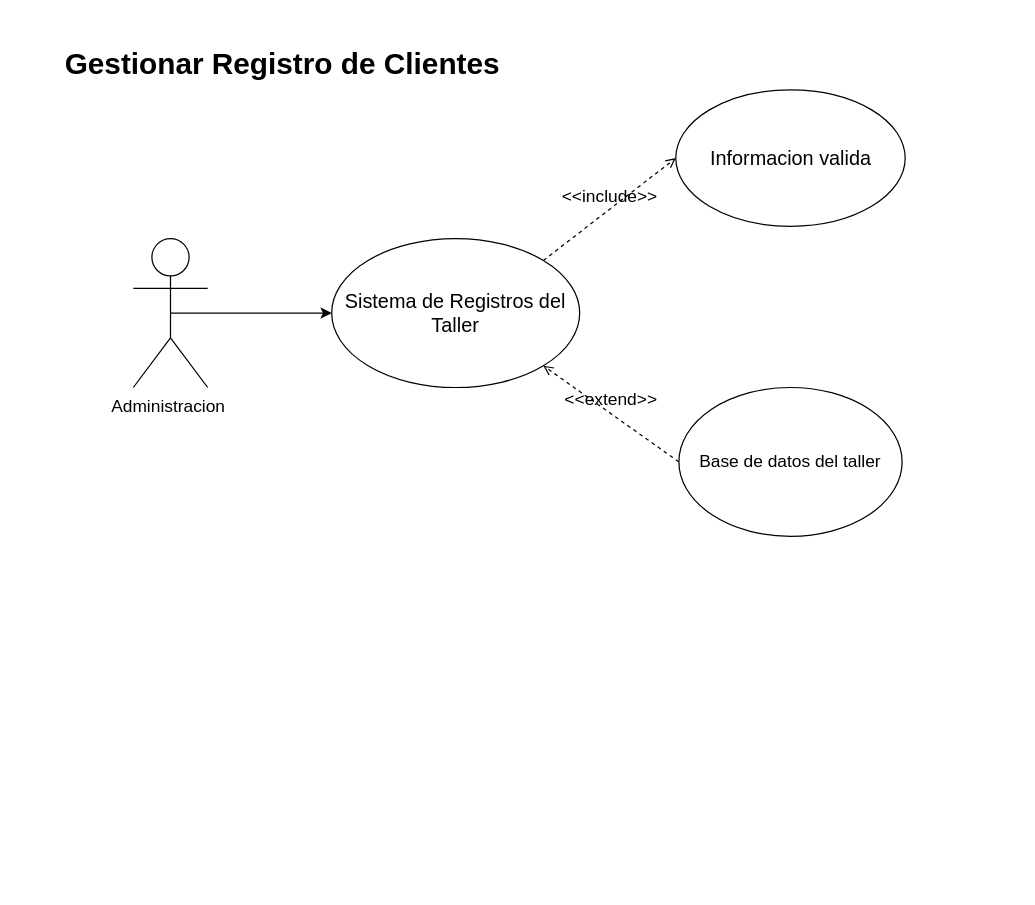
Diego-Valladares/sc_302_documentacion keeps this draw.io diagram as Untitled Diagram.drawio. Above is the earlier version. Source tidied: cells renumbered, new cells numbered last; positions are measured from the earlier drawing's top-left corner, leaving out a move shared by most shapes. Both pictures are drawn from the tidied source at 124%, with x=0, y=0 at pixel (133, 40).
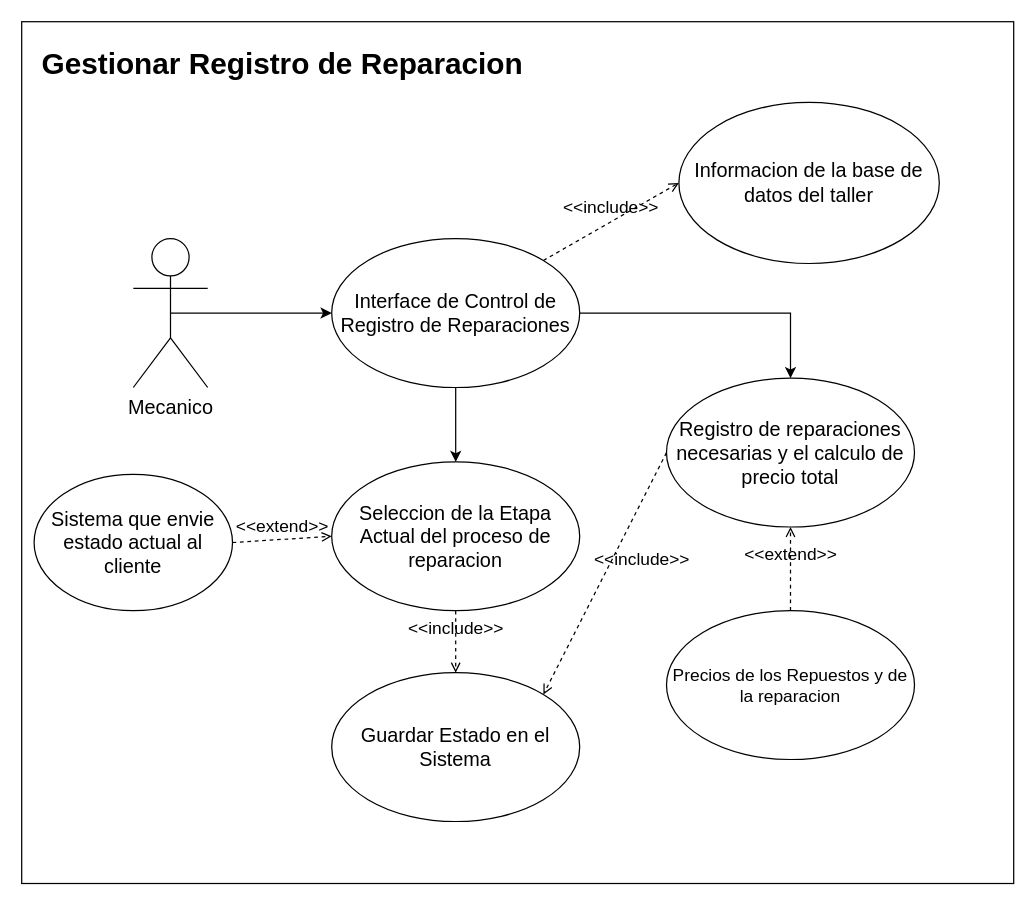
The same diagram, later.

Change to the diagram source:
```diff
@@
 <mxGraphModel>
   <root>
     <mxCell id="0" />
     <mxCell id="1" parent="0" />
+    <mxCell id="10" style="rounded=0;whiteSpace=wrap;html=1;" parent="1" vertex="1">
+      <mxGeometry x="-90" y="-15" width="800" height="695" as="geometry" />
+    </mxCell>
-    <mxCell id="2" style="edgeStyle=orthogonalEdgeStyle;rounded=0;jettySize=auto;html=1;exitX=0.5;exitY=0.5;exitDx=0;exitDy=0;exitPerimeter=0;entryX=0;entryY=0.5;entryDx=0;entryDy=0;" parent="1" edge="1" source="3" target="5">
+    <mxCell id="2" style="edgeStyle=orthogonalEdgeStyle;rounded=0;jettySize=auto;html=1;exitX=0.5;exitY=0.5;exitDx=0;exitDy=0;exitPerimeter=0;entryX=0;entryY=0.5;entryDx=0;entryDy=0;" parent="1" edge="1" source="3" target="12">
       <mxGeometry relative="1" as="geometry" />
     </mxCell>
-    <mxCell id="3" value="&lt;font style=&quot;font-size: 14px;&quot;&gt;Administracion&amp;nbsp;&lt;/font&gt;" style="shape=umlActor;verticalLabelPosition=bottom;verticalAlign=top;html=1;outlineConnect=0;" parent="1" vertex="1">
+    <mxCell id="3" value="&lt;font style=&quot;font-size: 16px;&quot;&gt;Mecanico&lt;/font&gt;" style="shape=umlActor;verticalLabelPosition=bottom;verticalAlign=top;html=1;outlineConnect=0;" parent="1" vertex="1">
       <mxGeometry y="160" width="60" height="120" as="geometry" />
     </mxCell>
-    <mxCell id="4" value="Gestionar Registro de Clientes" style="text;strokeColor=none;fillColor=none;html=1;fontSize=24;fontStyle=1;verticalAlign=middle;align=center;" parent="1" vertex="1">
+    <mxCell id="4" value="Gestionar Registro de Reparacion" style="text;strokeColor=none;fillColor=none;html=1;fontSize=24;fontStyle=1;verticalAlign=middle;align=center;" parent="1" vertex="1">
       <mxGeometry x="70" width="100" height="40" as="geometry" />
     </mxCell>
-    <mxCell id="5" value="&lt;font style=&quot;font-size: 16px;&quot;&gt;Sistema de Registros del Taller&lt;/font&gt;" style="ellipse;whiteSpace=wrap;html=1;" parent="1" vertex="1">
-      <mxGeometry x="160" y="160" width="200" height="120" as="geometry" />
-    </mxCell>
+    <mxCell id="11" style="edgeStyle=orthogonalEdgeStyle;rounded=0;jettySize=auto;html=1;entryX=0.5;entryY=0;entryDx=0;entryDy=0;" parent="1" edge="1" source="12" target="18">
+      <mxGeometry relative="1" as="geometry" />
+    </mxCell>
+    <mxCell id="12" value="&lt;font style=&quot;font-size: 16px;&quot;&gt;Interface de Control de Registro de Reparaciones&lt;/font&gt;" style="ellipse;whiteSpace=wrap;html=1;" parent="1" vertex="1">
+      <mxGeometry x="160" y="160" width="200" height="120" as="geometry" />
+    </mxCell>
-    <mxCell id="6" value="&lt;font style=&quot;font-size: 14px;&quot;&gt;&amp;lt;&amp;lt;include&amp;gt;&amp;gt;&lt;/font&gt;" style="html=1;verticalAlign=bottom;labelBackgroundColor=none;endArrow=open;endFill=0;dashed=1;rounded=0;exitX=1;exitY=0;exitDx=0;exitDy=0;entryX=0;entryY=0.5;entryDx=0;entryDy=0;" parent="1" edge="1" source="5" target="7">
+    <mxCell id="6" value="&lt;font style=&quot;font-size: 14px;&quot;&gt;&amp;lt;&amp;lt;include&amp;gt;&amp;gt;&lt;/font&gt;" style="html=1;verticalAlign=bottom;labelBackgroundColor=none;endArrow=open;endFill=0;dashed=1;rounded=0;exitX=1;exitY=0;exitDx=0;exitDy=0;entryX=0;entryY=0.5;entryDx=0;entryDy=0;" parent="1" edge="1" source="12" target="13">
       <mxGeometry relative="1" as="geometry" />
     </mxCell>
-    <mxCell id="7" value="&lt;font style=&quot;font-size: 16px;&quot;&gt;Informacion valida&lt;/font&gt;" style="ellipse;whiteSpace=wrap;html=1;" parent="1" vertex="1">
-      <mxGeometry x="437.5" y="40" width="185" height="110" as="geometry" />
-    </mxCell>
-    <mxCell id="8" value="&lt;font style=&quot;font-size: 14px;&quot;&gt;Base de datos del taller&lt;/font&gt;" style="ellipse;whiteSpace=wrap;html=1;" parent="1" vertex="1">
-      <mxGeometry x="440" y="280" width="180" height="120" as="geometry" />
-    </mxCell>
-    <mxCell id="9" value="&lt;font style=&quot;font-size: 14px;&quot;&gt;&amp;lt;&amp;lt;extend&amp;gt;&amp;gt;&lt;/font&gt;" style="html=1;verticalAlign=bottom;labelBackgroundColor=none;endArrow=open;endFill=0;dashed=1;rounded=0;exitX=0;exitY=0.5;exitDx=0;exitDy=0;entryX=1;entryY=1;entryDx=0;entryDy=0;" parent="1" edge="1" source="8" target="5">
-      <mxGeometry relative="1" as="geometry" />
-    </mxCell>
+    <mxCell id="13" value="&lt;font style=&quot;font-size: 16px;&quot;&gt;Informacion de la base de datos del taller&lt;/font&gt;" style="ellipse;whiteSpace=wrap;html=1;" parent="1" vertex="1">
+      <mxGeometry x="440" y="50" width="210" height="130" as="geometry" />
+    </mxCell>
+    <mxCell id="14" style="edgeStyle=orthogonalEdgeStyle;rounded=0;jettySize=auto;html=1;entryX=0.5;entryY=0;entryDx=0;entryDy=0;" parent="1" edge="1" source="12" target="15">
+      <mxGeometry relative="1" as="geometry" />
+    </mxCell>
+    <mxCell id="15" value="&lt;font style=&quot;font-size: 16px;&quot;&gt;Registro de reparaciones necesarias y el calculo de precio total&lt;/font&gt;" style="ellipse;whiteSpace=wrap;html=1;" parent="1" vertex="1">
+      <mxGeometry x="430" y="272.5" width="200" height="120" as="geometry" />
+    </mxCell>
+    <mxCell id="16" value="&lt;font style=&quot;font-size: 14px;&quot;&gt;Precios de los Repuestos y de la reparacion&lt;/font&gt;" style="ellipse;whiteSpace=wrap;html=1;" parent="1" vertex="1">
+      <mxGeometry x="430" y="460" width="200" height="120" as="geometry" />
+    </mxCell>
+    <mxCell id="17" value="&lt;font style=&quot;font-size: 14px;&quot;&gt;&amp;lt;&amp;lt;extend&amp;gt;&amp;gt;&lt;/font&gt;" style="html=1;verticalAlign=bottom;labelBackgroundColor=none;endArrow=open;endFill=0;dashed=1;rounded=0;exitX=0.5;exitY=0;exitDx=0;exitDy=0;entryX=0.5;entryY=1;entryDx=0;entryDy=0;" parent="1" edge="1" source="16" target="15">
+      <mxGeometry relative="1" as="geometry" />
+    </mxCell>
+    <mxCell id="18" value="&lt;font style=&quot;font-size: 16px;&quot;&gt;Seleccion de la Etapa Actual del proceso de reparacion&lt;/font&gt;" style="ellipse;whiteSpace=wrap;html=1;" parent="1" vertex="1">
+      <mxGeometry x="160" y="340" width="200" height="120" as="geometry" />
+    </mxCell>
+    <mxCell id="19" value="&lt;font style=&quot;font-size: 16px;&quot;&gt;Sistema que envie estado actual al cliente&lt;/font&gt;" style="ellipse;whiteSpace=wrap;html=1;" parent="1" vertex="1">
+      <mxGeometry x="-80" y="350" width="160" height="110" as="geometry" />
+    </mxCell>
+    <mxCell id="20" value="&lt;font style=&quot;font-size: 14px;&quot;&gt;&amp;lt;&amp;lt;extend&amp;gt;&amp;gt;&lt;/font&gt;" style="html=1;verticalAlign=bottom;labelBackgroundColor=none;endArrow=open;endFill=0;dashed=1;rounded=0;exitX=1;exitY=0.5;exitDx=0;exitDy=0;entryX=0;entryY=0.5;entryDx=0;entryDy=0;" parent="1" edge="1" source="19" target="18">
+      <mxGeometry relative="1" as="geometry" />
+    </mxCell>
+    <mxCell id="21" value="&lt;font style=&quot;font-size: 16px;&quot;&gt;Guardar Estado en el Sistema&lt;/font&gt;" style="ellipse;whiteSpace=wrap;html=1;" parent="1" vertex="1">
+      <mxGeometry x="160" y="510" width="200" height="120" as="geometry" />
+    </mxCell>
+    <mxCell id="22" value="&lt;font style=&quot;font-size: 14px;&quot;&gt;&amp;lt;&amp;lt;include&amp;gt;&amp;gt;&lt;/font&gt;" style="html=1;verticalAlign=bottom;labelBackgroundColor=none;endArrow=open;endFill=0;dashed=1;rounded=0;exitX=0.5;exitY=1;exitDx=0;exitDy=0;entryX=0.5;entryY=0;entryDx=0;entryDy=0;" parent="1" edge="1" source="18" target="21">
+      <mxGeometry relative="1" as="geometry" />
+    </mxCell>
+    <mxCell id="23" value="&lt;font style=&quot;font-size: 14px;&quot;&gt;&amp;lt;&amp;lt;include&amp;gt;&amp;gt;&lt;/font&gt;" style="html=1;verticalAlign=bottom;labelBackgroundColor=none;endArrow=open;endFill=0;dashed=1;rounded=0;exitX=0;exitY=0.5;exitDx=0;exitDy=0;entryX=1;entryY=0;entryDx=0;entryDy=0;" parent="1" edge="1" source="15" target="21">
+      <mxGeometry x="-0.12" y="26" relative="1" as="geometry" />
+    </mxCell>
   </root>
 </mxGraphModel>
```
